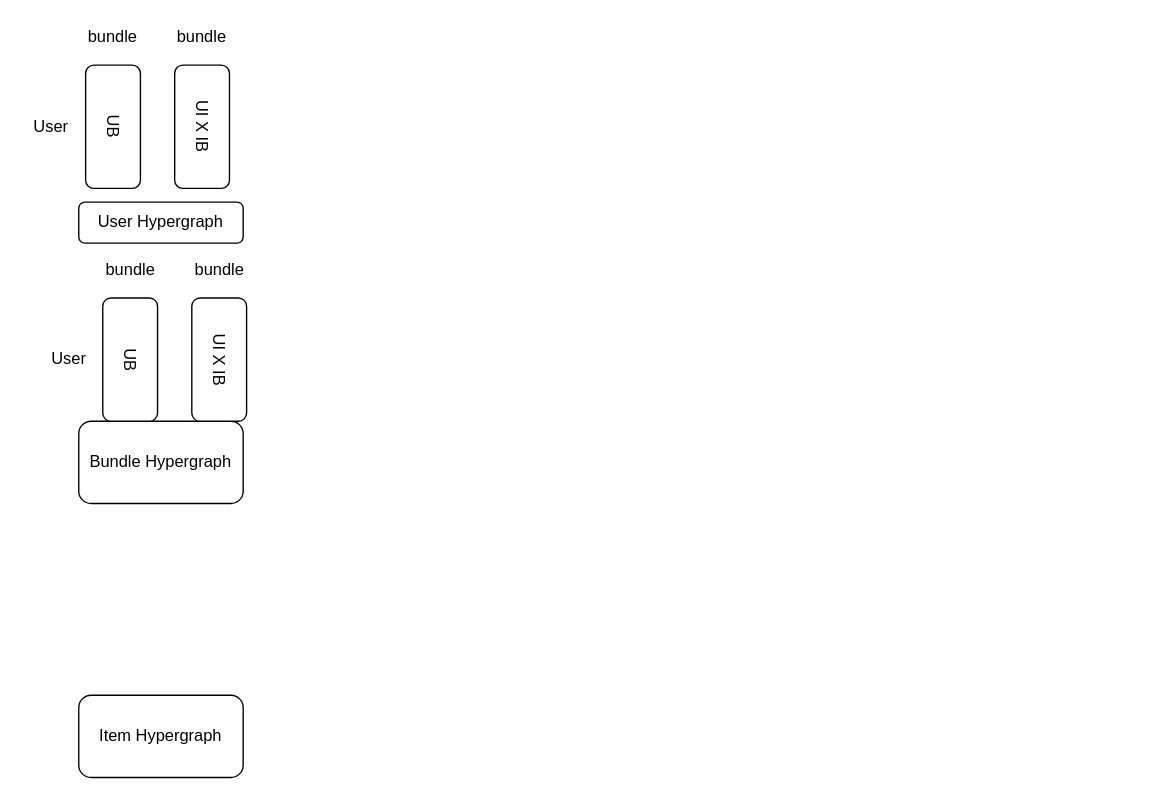
This is Untitled Diagram.drawio from storyandwine/picture, a draw.io file, before an edit. Source tidied: cells renumbered, new cells numbered last; positions are measured from the earlier drawing's top-left corner, leaving out a move shared by most shapes. Both pictures are drawn from the tidied source at 137%, with x=0, y=0 at pixel (23, 23).
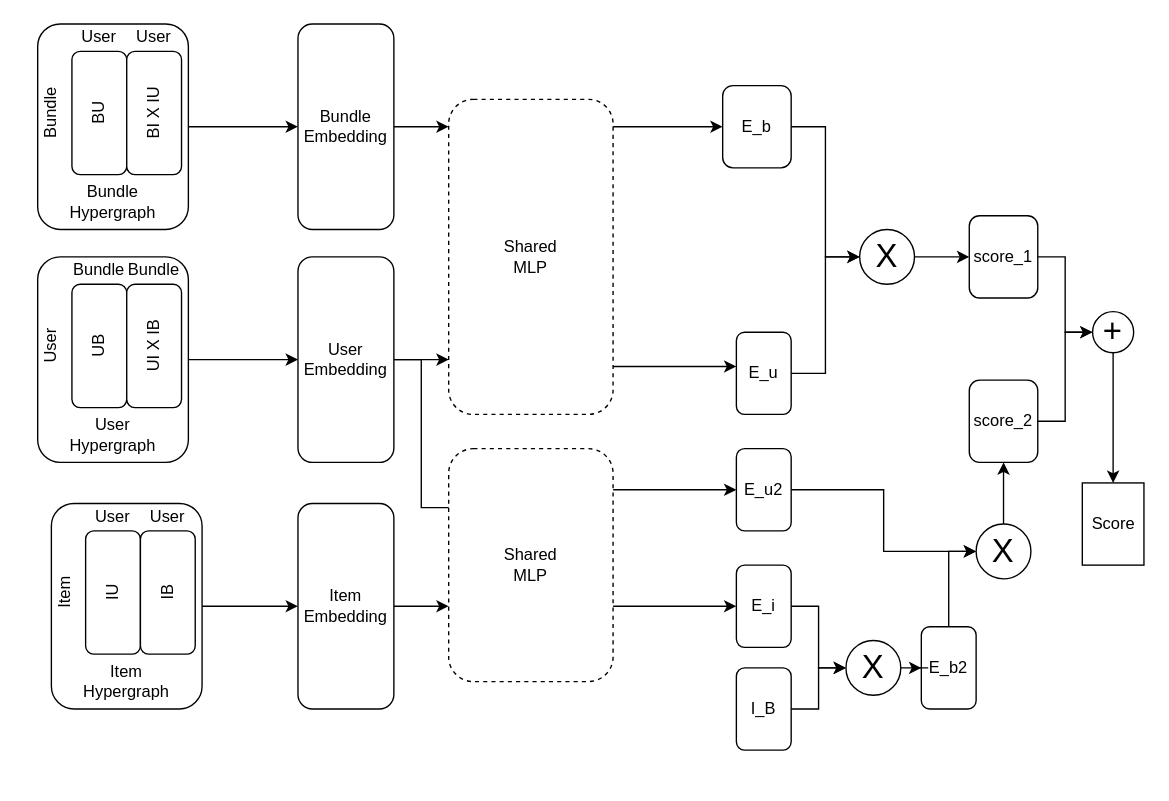
After the change.

The edit, as a diff of the source:
```diff
@@
-    <mxCell id="2" value="User Hypergraph" style="rounded=1;whiteSpace=wrap;html=1;" parent="1" vertex="1">
-      <mxGeometry x="40" y="130" width="120" height="30" as="geometry" />
-    </mxCell>
-    <mxCell id="3" value="Bundle Hypergraph" style="rounded=1;whiteSpace=wrap;html=1;" parent="1" vertex="1">
-      <mxGeometry x="40" y="290" width="120" height="60" as="geometry" />
-    </mxCell>
-    <mxCell id="4" value="Item Hypergraph" style="rounded=1;whiteSpace=wrap;html=1;" parent="1" vertex="1">
-      <mxGeometry x="40" y="490" width="120" height="60" as="geometry" />
-    </mxCell>
+    <mxCell id="15" style="edgeStyle=orthogonalEdgeStyle;rounded=0;jettySize=auto;html=1;" parent="1" edge="1" source="16" target="30">
+      <mxGeometry relative="1" as="geometry" />
+    </mxCell>
+    <mxCell id="16" style="rounded=1;whiteSpace=wrap;html=1;" parent="1" vertex="1">
+      <mxGeometry x="10" width="110" height="150" as="geometry" />
+    </mxCell>
+    <mxCell id="17" style="edgeStyle=orthogonalEdgeStyle;rounded=0;jettySize=auto;html=1;" parent="1" edge="1" source="18" target="28">
+      <mxGeometry relative="1" as="geometry" />
+    </mxCell>
+    <mxCell id="18" style="rounded=1;whiteSpace=wrap;html=1;" parent="1" vertex="1">
+      <mxGeometry x="10" y="170" width="110" height="150" as="geometry" />
+    </mxCell>
-    <mxCell id="5" value="UB" style="rounded=1;whiteSpace=wrap;html=1;rotation=90;" parent="1" vertex="1">
-      <mxGeometry x="20" y="55" width="90" height="40" as="geometry" />
+    <mxCell id="5" value="UB" style="rounded=1;whiteSpace=wrap;html=1;rotation=-90;" parent="1" vertex="1">
+      <mxGeometry x="10" y="215" width="90" height="40" as="geometry" />
     </mxCell>
-    <mxCell id="6" value="User" style="text;html=1;strokeColor=none;fillColor=none;align=center;verticalAlign=middle;whiteSpace=wrap;rounded=0;" parent="1" vertex="1">
-      <mxGeometry y="65" width="40" height="20" as="geometry" />
+    <mxCell id="6" value="User" style="text;html=1;strokeColor=none;fillColor=none;align=center;verticalAlign=middle;whiteSpace=wrap;rounded=0;rotation=-90;" parent="1" vertex="1">
+      <mxGeometry y="225" width="40" height="20" as="geometry" />
     </mxCell>
-    <mxCell id="7" value="bundle" style="text;html=1;strokeColor=none;fillColor=none;align=center;verticalAlign=middle;whiteSpace=wrap;rounded=0;" parent="1" vertex="1">
-      <mxGeometry x="45" width="40" height="20" as="geometry" />
+    <mxCell id="7" value="Bundle" style="text;html=1;strokeColor=none;fillColor=none;align=center;verticalAlign=middle;whiteSpace=wrap;rounded=0;" parent="1" vertex="1">
+      <mxGeometry x="35" y="170" width="40" height="20" as="geometry" />
     </mxCell>
-    <mxCell id="8" value="UI X IB" style="rounded=1;whiteSpace=wrap;html=1;rotation=90;" parent="1" vertex="1">
-      <mxGeometry x="85" y="55" width="90" height="40" as="geometry" />
+    <mxCell id="8" value="UI X IB" style="rounded=1;whiteSpace=wrap;html=1;rotation=-90;" parent="1" vertex="1">
+      <mxGeometry x="50" y="215" width="90" height="40" as="geometry" />
     </mxCell>
-    <mxCell id="9" value="bundle" style="text;html=1;strokeColor=none;fillColor=none;align=center;verticalAlign=middle;whiteSpace=wrap;rounded=0;" parent="1" vertex="1">
-      <mxGeometry x="110" width="40" height="20" as="geometry" />
+    <mxCell id="9" value="Bundle" style="text;html=1;strokeColor=none;fillColor=none;align=center;verticalAlign=middle;whiteSpace=wrap;rounded=0;" parent="1" vertex="1">
+      <mxGeometry x="75" y="170" width="40" height="20" as="geometry" />
     </mxCell>
-    <mxCell id="10" value="UB" style="rounded=1;whiteSpace=wrap;html=1;rotation=90;" parent="1" vertex="1">
-      <mxGeometry x="32.5" y="225" width="90" height="40" as="geometry" />
+    <mxCell id="10" value="BU" style="rounded=1;whiteSpace=wrap;html=1;rotation=-90;" parent="1" vertex="1">
+      <mxGeometry x="10" y="45" width="90" height="40" as="geometry" />
     </mxCell>
-    <mxCell id="11" value="User" style="text;html=1;strokeColor=none;fillColor=none;align=center;verticalAlign=middle;whiteSpace=wrap;rounded=0;" parent="1" vertex="1">
-      <mxGeometry x="12.5" y="235" width="40" height="20" as="geometry" />
+    <mxCell id="11" value="Bundle" style="text;html=1;strokeColor=none;fillColor=none;align=center;verticalAlign=middle;whiteSpace=wrap;rounded=0;rotation=-90;" parent="1" vertex="1">
+      <mxGeometry y="55" width="40" height="20" as="geometry" />
     </mxCell>
-    <mxCell id="12" value="bundle" style="text;html=1;strokeColor=none;fillColor=none;align=center;verticalAlign=middle;whiteSpace=wrap;rounded=0;" parent="1" vertex="1">
-      <mxGeometry x="57.5" y="170" width="40" height="20" as="geometry" />
+    <mxCell id="12" value="User" style="text;html=1;strokeColor=none;fillColor=none;align=center;verticalAlign=middle;whiteSpace=wrap;rounded=0;" parent="1" vertex="1">
+      <mxGeometry x="35" width="40" height="20" as="geometry" />
     </mxCell>
-    <mxCell id="13" value="UI X IB" style="rounded=1;whiteSpace=wrap;html=1;rotation=90;" parent="1" vertex="1">
-      <mxGeometry x="97.5" y="225" width="90" height="40" as="geometry" />
+    <mxCell id="13" value="BI X IU" style="rounded=1;whiteSpace=wrap;html=1;rotation=-90;" parent="1" vertex="1">
+      <mxGeometry x="50" y="45" width="90" height="40" as="geometry" />
     </mxCell>
-    <mxCell id="14" value="bundle" style="text;html=1;strokeColor=none;fillColor=none;align=center;verticalAlign=middle;whiteSpace=wrap;rounded=0;" parent="1" vertex="1">
-      <mxGeometry x="122.5" y="170" width="40" height="20" as="geometry" />
+    <mxCell id="14" value="User" style="text;html=1;strokeColor=none;fillColor=none;align=center;verticalAlign=middle;whiteSpace=wrap;rounded=0;" parent="1" vertex="1">
+      <mxGeometry x="75" width="40" height="20" as="geometry" />
     </mxCell>
+    <mxCell id="2" value="User Hypergraph" style="text;html=1;strokeColor=none;fillColor=none;align=center;verticalAlign=middle;whiteSpace=wrap;rounded=0;" parent="1" vertex="1">
+      <mxGeometry x="45" y="290" width="40" height="20" as="geometry" />
+    </mxCell>
+    <mxCell id="3" value="Bundle Hypergraph" style="text;html=1;strokeColor=none;fillColor=none;align=center;verticalAlign=middle;whiteSpace=wrap;rounded=0;" parent="1" vertex="1">
+      <mxGeometry x="45" y="120" width="40" height="20" as="geometry" />
+    </mxCell>
+    <mxCell id="19" style="edgeStyle=orthogonalEdgeStyle;rounded=0;jettySize=auto;html=1;" parent="1" edge="1" source="20" target="32">
+      <mxGeometry relative="1" as="geometry" />
+    </mxCell>
+    <mxCell id="20" style="rounded=1;whiteSpace=wrap;html=1;" parent="1" vertex="1">
+      <mxGeometry x="20" y="350" width="110" height="150" as="geometry" />
+    </mxCell>
+    <mxCell id="21" value="IU" style="rounded=1;whiteSpace=wrap;html=1;rotation=-90;" parent="1" vertex="1">
+      <mxGeometry x="20" y="395" width="90" height="40" as="geometry" />
+    </mxCell>
+    <mxCell id="22" value="Item" style="text;html=1;strokeColor=none;fillColor=none;align=center;verticalAlign=middle;whiteSpace=wrap;rounded=0;rotation=-90;" parent="1" vertex="1">
+      <mxGeometry x="10" y="405" width="40" height="20" as="geometry" />
+    </mxCell>
+    <mxCell id="23" value="User" style="text;html=1;strokeColor=none;fillColor=none;align=center;verticalAlign=middle;whiteSpace=wrap;rounded=0;" parent="1" vertex="1">
+      <mxGeometry x="45" y="350" width="40" height="20" as="geometry" />
+    </mxCell>
+    <mxCell id="24" value="IB" style="rounded=1;whiteSpace=wrap;html=1;rotation=-90;" parent="1" vertex="1">
+      <mxGeometry x="60" y="395" width="90" height="40" as="geometry" />
+    </mxCell>
+    <mxCell id="25" value="User" style="text;html=1;strokeColor=none;fillColor=none;align=center;verticalAlign=middle;whiteSpace=wrap;rounded=0;" parent="1" vertex="1">
+      <mxGeometry x="85" y="350" width="40" height="20" as="geometry" />
+    </mxCell>
+    <mxCell id="4" value="Item&lt;br&gt;Hypergraph" style="text;html=1;strokeColor=none;fillColor=none;align=center;verticalAlign=middle;whiteSpace=wrap;rounded=0;" parent="1" vertex="1">
+      <mxGeometry x="55" y="470" width="40" height="20" as="geometry" />
+    </mxCell>
+    <mxCell id="26" style="edgeStyle=orthogonalEdgeStyle;rounded=0;jettySize=auto;html=1;" parent="1" edge="1" source="28" target="35">
+      <mxGeometry relative="1" as="geometry">
+        <Array as="points">
+          <mxPoint x="300" y="245" />
+          <mxPoint x="300" y="245" />
+        </Array>
+      </mxGeometry>
+    </mxCell>
+    <mxCell id="27" style="edgeStyle=orthogonalEdgeStyle;rounded=0;jettySize=auto;html=1;entryX=0;entryY=0.25;entryDx=0;entryDy=0;" parent="1" edge="1" source="28" target="42">
+      <mxGeometry relative="1" as="geometry">
+        <Array as="points">
+          <mxPoint x="290" y="245" />
+          <mxPoint x="290" y="353" />
+          <mxPoint x="340" y="353" />
+        </Array>
+      </mxGeometry>
+    </mxCell>
+    <mxCell id="28" value="User&lt;br&gt;Embedding" style="rounded=1;whiteSpace=wrap;html=1;" parent="1" vertex="1">
+      <mxGeometry x="200" y="170" width="70" height="150" as="geometry" />
+    </mxCell>
+    <mxCell id="29" style="edgeStyle=orthogonalEdgeStyle;rounded=0;jettySize=auto;html=1;" parent="1" edge="1" source="30" target="35">
+      <mxGeometry relative="1" as="geometry">
+        <Array as="points">
+          <mxPoint x="310" y="75" />
+          <mxPoint x="310" y="75" />
+        </Array>
+      </mxGeometry>
+    </mxCell>
+    <mxCell id="30" value="Bundle&lt;br&gt;Embedding" style="rounded=1;whiteSpace=wrap;html=1;" parent="1" vertex="1">
+      <mxGeometry x="200" width="70" height="150" as="geometry" />
+    </mxCell>
+    <mxCell id="31" style="edgeStyle=orthogonalEdgeStyle;rounded=0;jettySize=auto;html=1;" parent="1" edge="1" source="32" target="42">
+      <mxGeometry relative="1" as="geometry">
+        <Array as="points">
+          <mxPoint x="300" y="425" />
+          <mxPoint x="300" y="425" />
+        </Array>
+      </mxGeometry>
+    </mxCell>
+    <mxCell id="32" value="Item&lt;br&gt;Embedding" style="rounded=1;whiteSpace=wrap;html=1;" parent="1" vertex="1">
+      <mxGeometry x="200" y="350" width="70" height="150" as="geometry" />
+    </mxCell>
+    <mxCell id="33" style="edgeStyle=orthogonalEdgeStyle;rounded=0;jettySize=auto;html=1;" parent="1" edge="1" source="35" target="37">
+      <mxGeometry relative="1" as="geometry">
+        <Array as="points">
+          <mxPoint x="460" y="75" />
+          <mxPoint x="460" y="75" />
+        </Array>
+      </mxGeometry>
+    </mxCell>
+    <mxCell id="34" style="edgeStyle=orthogonalEdgeStyle;rounded=0;jettySize=auto;html=1;" parent="1" edge="1" source="35" target="39">
+      <mxGeometry relative="1" as="geometry">
+        <Array as="points">
+          <mxPoint x="470" y="250" />
+          <mxPoint x="470" y="250" />
+        </Array>
+      </mxGeometry>
+    </mxCell>
+    <mxCell id="35" value="Shared&lt;br&gt;MLP" style="rounded=1;whiteSpace=wrap;html=1;dashed=1;" parent="1" vertex="1">
+      <mxGeometry x="310" y="55" width="120" height="230" as="geometry" />
+    </mxCell>
+    <mxCell id="36" style="edgeStyle=orthogonalEdgeStyle;rounded=0;jettySize=auto;html=1;entryX=0;entryY=0.5;entryDx=0;entryDy=0;" parent="1" edge="1" source="37" target="48">
+      <mxGeometry relative="1" as="geometry" />
+    </mxCell>
+    <mxCell id="37" value="E_b" style="whiteSpace=wrap;html=1;rounded=1;" parent="1" vertex="1">
+      <mxGeometry x="510" y="45" width="50" height="60" as="geometry" />
+    </mxCell>
+    <mxCell id="38" style="edgeStyle=orthogonalEdgeStyle;rounded=0;jettySize=auto;html=1;exitX=1;exitY=0.5;exitDx=0;exitDy=0;entryX=0;entryY=0.5;entryDx=0;entryDy=0;" parent="1" edge="1" source="39" target="48">
+      <mxGeometry relative="1" as="geometry" />
+    </mxCell>
+    <mxCell id="39" value="E_u" style="whiteSpace=wrap;html=1;rounded=1;" parent="1" vertex="1">
+      <mxGeometry x="520" y="225" width="40" height="60" as="geometry" />
+    </mxCell>
+    <mxCell id="40" style="edgeStyle=orthogonalEdgeStyle;rounded=0;jettySize=auto;html=1;" parent="1" edge="1" source="42" target="44">
+      <mxGeometry relative="1" as="geometry">
+        <Array as="points">
+          <mxPoint x="470" y="425" />
+          <mxPoint x="470" y="425" />
+        </Array>
+      </mxGeometry>
+    </mxCell>
+    <mxCell id="41" style="edgeStyle=orthogonalEdgeStyle;rounded=0;jettySize=auto;html=1;" parent="1" edge="1" source="42">
+      <mxGeometry relative="1" as="geometry">
+        <mxPoint x="520" y="340" as="targetPoint" />
+        <Array as="points">
+          <mxPoint x="460" y="340" />
+          <mxPoint x="460" y="340" />
+        </Array>
+      </mxGeometry>
+    </mxCell>
+    <mxCell id="42" value="Shared&lt;br&gt;MLP" style="rounded=1;whiteSpace=wrap;html=1;dashed=1;" parent="1" vertex="1">
+      <mxGeometry x="310" y="310" width="120" height="170" as="geometry" />
+    </mxCell>
+    <mxCell id="43" style="edgeStyle=orthogonalEdgeStyle;rounded=0;jettySize=auto;html=1;entryX=0;entryY=0.5;entryDx=0;entryDy=0;" parent="1" edge="1" source="44" target="56">
+      <mxGeometry relative="1" as="geometry" />
+    </mxCell>
+    <mxCell id="44" value="E_i" style="whiteSpace=wrap;html=1;rounded=1;" parent="1" vertex="1">
+      <mxGeometry x="520" y="395" width="40" height="60" as="geometry" />
+    </mxCell>
+    <mxCell id="45" style="edgeStyle=orthogonalEdgeStyle;rounded=0;jettySize=auto;html=1;exitX=1;exitY=0.5;exitDx=0;exitDy=0;entryX=0;entryY=0.5;entryDx=0;entryDy=0;" parent="1" edge="1" source="46" target="58">
+      <mxGeometry relative="1" as="geometry" />
+    </mxCell>
+    <mxCell id="46" value="E_u2" style="whiteSpace=wrap;html=1;rounded=1;" parent="1" vertex="1">
+      <mxGeometry x="520" y="310" width="40" height="60" as="geometry" />
+    </mxCell>
+    <mxCell id="47" style="edgeStyle=orthogonalEdgeStyle;rounded=0;jettySize=auto;html=1;" parent="1" edge="1" source="48">
+      <mxGeometry relative="1" as="geometry">
+        <mxPoint x="690" y="170" as="targetPoint" />
+      </mxGeometry>
+    </mxCell>
+    <mxCell id="48" value="&lt;font style=&quot;font-size: 24px&quot;&gt;X&lt;/font&gt;" style="ellipse;whiteSpace=wrap;html=1;rounded=1;" parent="1" vertex="1">
+      <mxGeometry x="610" y="150" width="40" height="40" as="geometry" />
+    </mxCell>
+    <mxCell id="49" style="edgeStyle=orthogonalEdgeStyle;rounded=0;jettySize=auto;html=1;exitX=1;exitY=0.5;exitDx=0;exitDy=0;entryX=0;entryY=0.5;entryDx=0;entryDy=0;" parent="1" edge="1" source="50" target="62">
+      <mxGeometry relative="1" as="geometry" />
+    </mxCell>
+    <mxCell id="50" value="score_1" style="rounded=1;whiteSpace=wrap;html=1;" parent="1" vertex="1">
+      <mxGeometry x="690" y="140" width="50" height="60" as="geometry" />
+    </mxCell>
+    <mxCell id="51" style="edgeStyle=orthogonalEdgeStyle;rounded=0;jettySize=auto;html=1;exitX=0.5;exitY=0;exitDx=0;exitDy=0;entryX=0;entryY=0.5;entryDx=0;entryDy=0;" parent="1" edge="1" source="52" target="58">
+      <mxGeometry relative="1" as="geometry" />
+    </mxCell>
+    <mxCell id="52" value="E_b2" style="whiteSpace=wrap;html=1;rounded=1;" parent="1" vertex="1">
+      <mxGeometry x="655" y="440" width="40" height="60" as="geometry" />
+    </mxCell>
+    <mxCell id="53" style="edgeStyle=orthogonalEdgeStyle;rounded=0;jettySize=auto;html=1;" parent="1" edge="1" source="54" target="56">
+      <mxGeometry relative="1" as="geometry" />
+    </mxCell>
+    <mxCell id="54" value="I_B" style="whiteSpace=wrap;html=1;rounded=1;" parent="1" vertex="1">
+      <mxGeometry x="520" y="470" width="40" height="60" as="geometry" />
+    </mxCell>
+    <mxCell id="55" style="edgeStyle=orthogonalEdgeStyle;rounded=0;jettySize=auto;html=1;" parent="1" edge="1" source="56" target="52">
+      <mxGeometry relative="1" as="geometry" />
+    </mxCell>
+    <mxCell id="56" value="&lt;font style=&quot;font-size: 24px&quot;&gt;X&lt;/font&gt;" style="ellipse;whiteSpace=wrap;html=1;rounded=1;" parent="1" vertex="1">
+      <mxGeometry x="600" y="450" width="40" height="40" as="geometry" />
+    </mxCell>
+    <mxCell id="57" style="edgeStyle=orthogonalEdgeStyle;rounded=0;jettySize=auto;html=1;exitX=0.5;exitY=0;exitDx=0;exitDy=0;" parent="1" edge="1" source="58" target="60">
+      <mxGeometry relative="1" as="geometry" />
+    </mxCell>
+    <mxCell id="58" value="&lt;font style=&quot;font-size: 24px&quot;&gt;X&lt;/font&gt;" style="ellipse;whiteSpace=wrap;html=1;rounded=1;" parent="1" vertex="1">
+      <mxGeometry x="695" y="365" width="40" height="40" as="geometry" />
+    </mxCell>
+    <mxCell id="59" style="edgeStyle=orthogonalEdgeStyle;rounded=0;jettySize=auto;html=1;exitX=1;exitY=0.5;exitDx=0;exitDy=0;entryX=0;entryY=0.5;entryDx=0;entryDy=0;" parent="1" edge="1" source="60" target="62">
+      <mxGeometry relative="1" as="geometry" />
+    </mxCell>
+    <mxCell id="60" value="score_2" style="whiteSpace=wrap;html=1;rounded=1;" parent="1" vertex="1">
+      <mxGeometry x="690" y="260" width="50" height="60" as="geometry" />
+    </mxCell>
+    <mxCell id="61" style="edgeStyle=orthogonalEdgeStyle;rounded=0;jettySize=auto;html=1;" parent="1" edge="1" source="62" target="63">
+      <mxGeometry relative="1" as="geometry" />
+    </mxCell>
+    <mxCell id="62" value="&lt;font style=&quot;font-size: 24px&quot;&gt;+&lt;/font&gt;" style="ellipse;whiteSpace=wrap;html=1;" parent="1" vertex="1">
+      <mxGeometry x="780" y="210" width="30" height="30" as="geometry" />
+    </mxCell>
+    <mxCell id="63" value="Score" style="whiteSpace=wrap;html=1;" parent="1" vertex="1">
+      <mxGeometry x="772.5" y="335" width="45" height="60" as="geometry" />
+    </mxCell>
```
